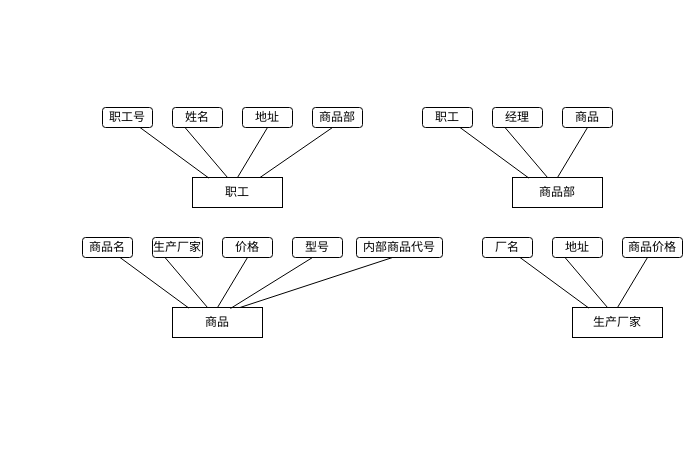
Above: Diagram.drawio in YuJiang4319/Diagram (draw.io), before the change. Source tidied: cells renumbered, new cells numbered last; positions are measured from the earlier drawing's top-left corner, leaving out a move shared by most shapes. Both pictures are drawn from the tidied source at 100%, with x=0, y=0 at pixel (82, 107).
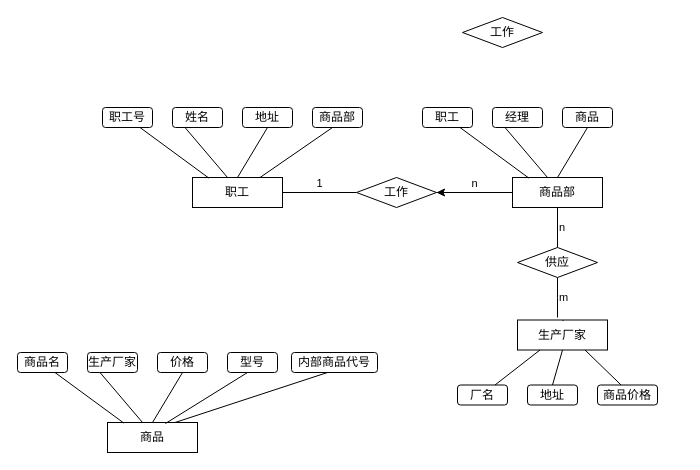
The same diagram, later.

The change refers to these unchanged cells:
```xml
<mxCell id="4" value="职工" style="rounded=0;whiteSpace=wrap;html=1;" parent="1" vertex="1">
  <mxGeometry x="110" y="70" width="90" height="30" as="geometry" />
</mxCell>
<mxCell id="13" value="商品部" style="rounded=0;whiteSpace=wrap;html=1;" parent="1" vertex="1">
  <mxGeometry x="430" y="70" width="90" height="30" as="geometry" />
</mxCell>
```

Diff of the diagram source:
```diff
@@
+    <mxCell id="36" style="edgeStyle=orthogonalEdgeStyle;rounded=0;jettySize=auto;html=1;" parent="1" edge="1" source="13" target="39">
+      <mxGeometry relative="1" as="geometry" />
+    </mxCell>
@@
     <mxCell id="18" value="商品名" style="rounded=1;whiteSpace=wrap;html=1;" parent="1" vertex="1">
-      <mxGeometry y="130" width="50" height="20" as="geometry" />
+      <mxGeometry x="-65" y="245" width="50" height="20" as="geometry" />
     </mxCell>
     <mxCell id="19" value="生产厂家" style="rounded=1;whiteSpace=wrap;html=1;" parent="1" vertex="1">
-      <mxGeometry x="70" y="130" width="50" height="20" as="geometry" />
+      <mxGeometry x="5" y="245" width="50" height="20" as="geometry" />
     </mxCell>
     <mxCell id="20" value="商品" style="rounded=0;whiteSpace=wrap;html=1;" parent="1" vertex="1">
-      <mxGeometry x="90" y="200" width="90" height="30" as="geometry" />
+      <mxGeometry x="25" y="315" width="90" height="30" as="geometry" />
     </mxCell>
@@
     <mxCell id="23" value="价格" style="rounded=1;whiteSpace=wrap;html=1;" parent="1" vertex="1">
-      <mxGeometry x="140" y="130" width="50" height="20" as="geometry" />
+      <mxGeometry x="75" y="245" width="50" height="20" as="geometry" />
     </mxCell>
     <mxCell id="24" value="型号" style="rounded=1;whiteSpace=wrap;html=1;" parent="1" vertex="1">
-      <mxGeometry x="210" y="130" width="50" height="20" as="geometry" />
+      <mxGeometry x="145" y="245" width="50" height="20" as="geometry" />
     </mxCell>
@@
     <mxCell id="26" style="endArrow=none;html=1;rounded=0;exitX=0.644;exitY=0.033;exitDx=0;exitDy=0;exitPerimeter=0;" parent="1" edge="1" source="20">
       <mxGeometry relative="1" as="geometry">
-        <mxPoint x="230" y="150" as="targetPoint" />
+        <mxPoint x="165" y="265" as="targetPoint" />
       </mxGeometry>
     </mxCell>
     <mxCell id="27" value="内部商品代号" style="rounded=1;whiteSpace=wrap;html=1;" parent="1" vertex="1">
-      <mxGeometry x="274" y="130" width="86" height="20" as="geometry" />
+      <mxGeometry x="209" y="245" width="86" height="20" as="geometry" />
     </mxCell>
     <mxCell id="28" style="endArrow=none;html=1;rounded=0;exitX=0.75;exitY=0;exitDx=0;exitDy=0;" parent="1" edge="1" source="20">
       <mxGeometry relative="1" as="geometry">
-        <mxPoint x="310" y="150" as="targetPoint" />
+        <mxPoint x="245" y="265" as="targetPoint" />
       </mxGeometry>
     </mxCell>
-    <mxCell id="29" value="厂名" style="rounded=1;whiteSpace=wrap;html=1;" parent="1" vertex="1">
-      <mxGeometry x="400" y="130" width="50" height="20" as="geometry" />
+    <mxCell id="29" value="厂名" style="rounded=1;whiteSpace=wrap;html=1;direction=east;flipH=0;flipV=0;" parent="1" vertex="1">
+      <mxGeometry x="375" y="277.5" width="50" height="20" as="geometry" />
     </mxCell>
-    <mxCell id="30" value="地址" style="rounded=1;whiteSpace=wrap;html=1;" parent="1" vertex="1">
-      <mxGeometry x="470" y="130" width="50" height="20" as="geometry" />
+    <mxCell id="30" value="地址" style="rounded=1;whiteSpace=wrap;html=1;direction=east;flipH=0;flipV=0;" parent="1" vertex="1">
+      <mxGeometry x="445" y="277.5" width="50" height="20" as="geometry" />
     </mxCell>
-    <mxCell id="31" value="生产厂家" style="rounded=0;whiteSpace=wrap;html=1;" parent="1" vertex="1">
-      <mxGeometry x="490" y="200" width="90" height="30" as="geometry" />
+    <mxCell id="31" value="生产厂家" style="rounded=0;whiteSpace=wrap;html=1;direction=east;flipH=0;flipV=0;" parent="1" vertex="1">
+      <mxGeometry x="435" y="212.5" width="90" height="30" as="geometry" />
     </mxCell>
-    <mxCell id="32" style="endArrow=none;html=1;rounded=0;exitX=0.182;exitY=0.02;exitDx=0;exitDy=0;exitPerimeter=0;entryX=0.75;entryY=1;entryDx=0;entryDy=0;" parent="1" edge="1" source="31" target="29">
+    <mxCell id="32" style="endArrow=none;html=1;rounded=0;exitX=0.25;exitY=1;exitDx=0;exitDy=0;entryX=0.75;entryY=0;entryDx=0;entryDy=0;" parent="1" edge="1" source="31" target="29">
       <mxGeometry relative="1" as="geometry" />
     </mxCell>
-    <mxCell id="33" style="endArrow=none;html=1;rounded=0;exitX=0.387;exitY=-0.007;exitDx=0;exitDy=0;exitPerimeter=0;entryX=0.25;entryY=1;entryDx=0;entryDy=0;" parent="1" edge="1" source="31" target="30">
+    <mxCell id="33" style="endArrow=none;html=1;rounded=0;exitX=0.5;exitY=1;exitDx=0;exitDy=0;entryX=0.5;entryY=0;entryDx=0;entryDy=0;" parent="1" edge="1" source="31" target="30">
       <mxGeometry relative="1" as="geometry" />
     </mxCell>
-    <mxCell id="34" value="商品价格" style="rounded=1;whiteSpace=wrap;html=1;" parent="1" vertex="1">
-      <mxGeometry x="540" y="130" width="60" height="20" as="geometry" />
+    <mxCell id="34" value="商品价格" style="rounded=1;whiteSpace=wrap;html=1;direction=east;flipH=0;flipV=0;" parent="1" vertex="1">
+      <mxGeometry x="515" y="277.5" width="60" height="20" as="geometry" />
     </mxCell>
-    <mxCell id="35" style="endArrow=none;html=1;rounded=0;entryX=0.5;entryY=1;entryDx=0;entryDy=0;exitX=0.5;exitY=0;exitDx=0;exitDy=0;" parent="1" edge="1" source="31">
+    <mxCell id="35" style="endArrow=none;html=1;rounded=0;entryX=0.5;entryY=0;entryDx=0;entryDy=0;exitX=0.5;exitY=0;exitDx=0;exitDy=0;" parent="1" edge="1" source="31">
       <mxGeometry relative="1" as="geometry">
-        <mxPoint x="565" y="150" as="targetPoint" />
+        <mxPoint x="481" y="213.5" as="targetPoint" />
       </mxGeometry>
     </mxCell>
+    <mxCell id="37" value="1" style="edgeStyle=orthogonalEdgeStyle;rounded=0;jettySize=auto;html=1;entryX=1;entryY=0.5;entryDx=0;entryDy=0;endArrow=none;endFill=0;labelPosition=center;verticalLabelPosition=top;align=center;verticalAlign=bottom;" parent="1" edge="1" source="39" target="4">
+      <mxGeometry relative="1" as="geometry" />
+    </mxCell>
+    <mxCell id="38" value="n" style="edgeStyle=orthogonalEdgeStyle;rounded=0;jettySize=auto;html=1;exitX=1;exitY=0.5;exitDx=0;exitDy=0;entryX=0;entryY=0.5;entryDx=0;entryDy=0;endArrow=none;endFill=0;labelPosition=center;verticalLabelPosition=top;align=center;verticalAlign=bottom;" parent="1" edge="1" source="39" target="13">
+      <mxGeometry relative="1" as="geometry" />
+    </mxCell>
+    <mxCell id="39" value="工作" style="rhombus;whiteSpace=wrap;html=1;" parent="1" vertex="1">
+      <mxGeometry x="274" y="70" width="80" height="30" as="geometry" />
+    </mxCell>
+    <mxCell id="40" style="endArrow=none;html=1;rounded=0;entryX=0.75;entryY=1;entryDx=0;entryDy=0;exitX=0.393;exitY=0;exitDx=0;exitDy=0;exitPerimeter=0;" parent="1" edge="1" source="34" target="31">
+      <mxGeometry relative="1" as="geometry" />
+    </mxCell>
+    <mxCell id="41" value="n" style="edgeStyle=orthogonalEdgeStyle;rounded=0;jettySize=auto;html=1;exitX=0.5;exitY=0;exitDx=0;exitDy=0;entryX=0.5;entryY=1;entryDx=0;entryDy=0;endArrow=none;endFill=0;labelPosition=right;verticalLabelPosition=middle;align=left;verticalAlign=middle;" parent="1" edge="1" source="43" target="13">
+      <mxGeometry relative="1" as="geometry" />
+    </mxCell>
+    <mxCell id="42" value="m" style="edgeStyle=orthogonalEdgeStyle;rounded=0;jettySize=auto;html=1;exitX=0.5;exitY=1;exitDx=0;exitDy=0;endArrow=none;endFill=0;labelPosition=right;verticalLabelPosition=middle;align=left;verticalAlign=middle;" parent="1" edge="1" source="43">
+      <mxGeometry relative="1" as="geometry">
+        <mxPoint x="475" y="210" as="targetPoint" />
+      </mxGeometry>
+    </mxCell>
+    <mxCell id="43" value="供应" style="rhombus;whiteSpace=wrap;html=1;" parent="1" vertex="1">
+      <mxGeometry x="435" y="140" width="80" height="30" as="geometry" />
+    </mxCell>
+    <mxCell id="44" value="工作" style="rhombus;whiteSpace=wrap;html=1;" parent="1" vertex="1">
+      <mxGeometry x="380" y="-90" width="80" height="30" as="geometry" />
+    </mxCell>
```
